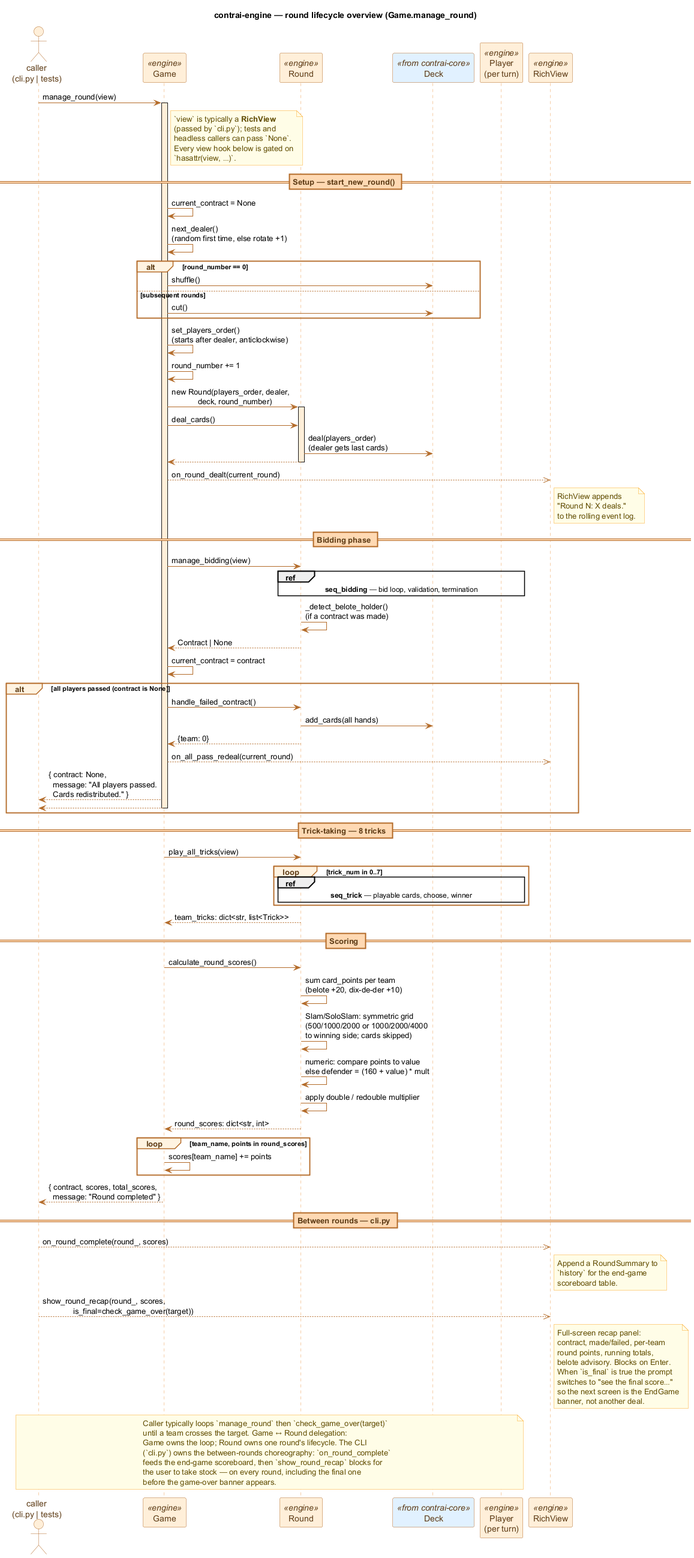
The PlantUML diagram docs/diagrams/seq_round.png in valmathieu/ContrAI, before a commit.
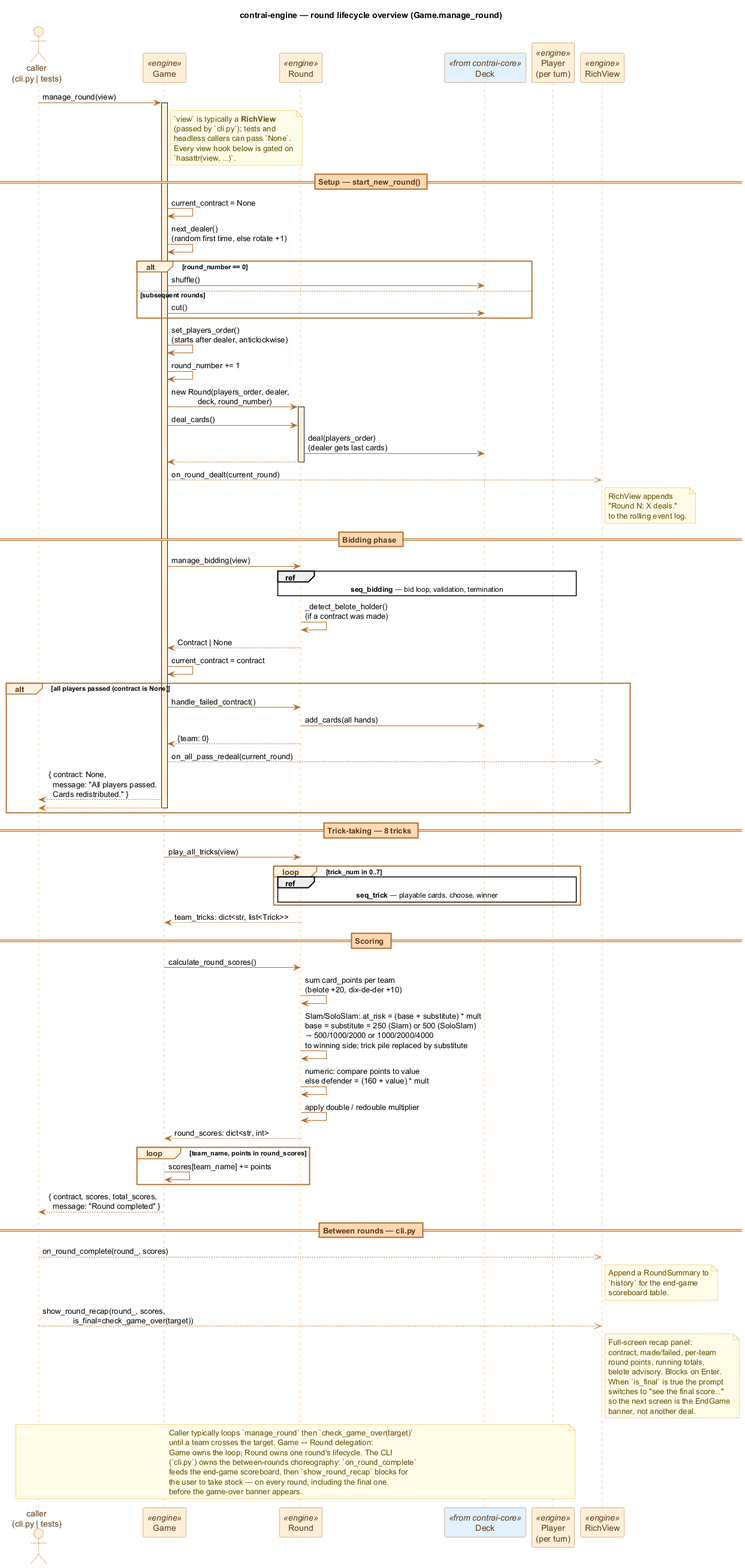
Above is the later version.

The edit, as a diff of the source:
```diff
@@ -97,7 +97,7 @@
 
 G -> R : calculate_round_scores()
 R -> R : sum card_points per team\n(belote +20, dix-de-der +10)
-R -> R : Slam/SoloSlam: symmetric grid\n(500/1000/2000 or 1000/2000/4000\nto winning side; cards skipped)
+R -> R : Slam/SoloSlam: at_risk = (base + substitute) * mult\nbase = substitute = 250 (Slam) or 500 (SoloSlam)\n→ 500/1000/2000 or 1000/2000/4000\nto winning side; trick pile replaced by substitute
 R -> R : numeric: compare points to value\nelse defender = (160 + value) * mult
 R -> R : apply double / redouble multiplier
 R --> G : round_scores: dict<str, int>
```
